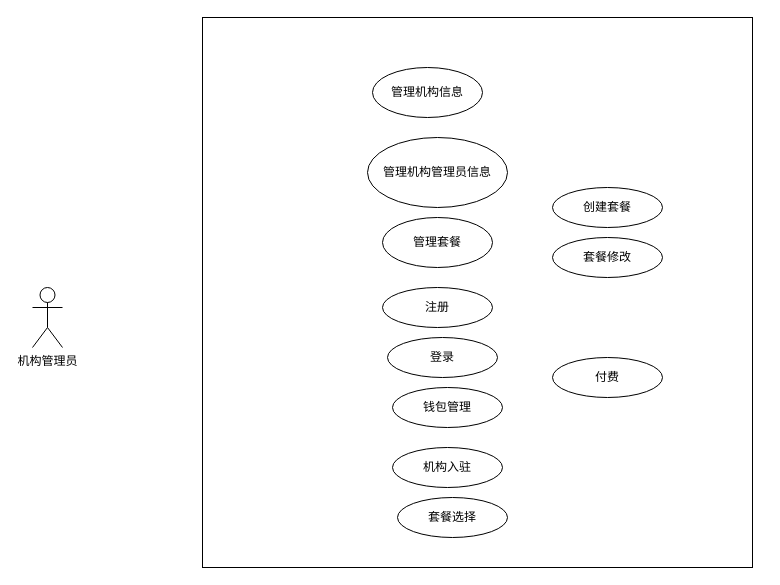
Earlier version of the draw.io diagram bs.drawio (Echidnaaa/draw). Source tidied: cells renumbered, new cells numbered last; positions are measured from the earlier drawing's top-left corner, leaving out a move shared by most shapes. Both pictures are drawn from the tidied source at 100%, with x=0, y=0 at pixel (32, 17).
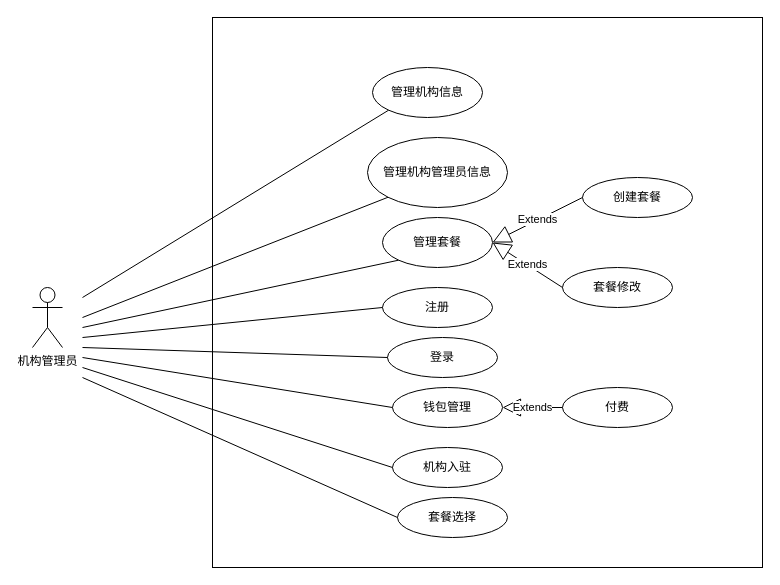
The same diagram, later.

The change refers to these unchanged cells:
```xml
<mxCell id="4" value="管理机构信息" style="ellipse;whiteSpace=wrap;html=1;" parent="1" vertex="1">
  <mxGeometry x="340" y="50" width="110" height="50" as="geometry" />
</mxCell>
<mxCell id="5" value="管理机构管理员信息" style="ellipse;whiteSpace=wrap;html=1;" parent="1" vertex="1">
  <mxGeometry x="335" y="120" width="140" height="70" as="geometry" />
</mxCell>
<mxCell id="6" value="管理套餐" style="ellipse;whiteSpace=wrap;html=1;" parent="1" vertex="1">
  <mxGeometry x="350" y="200" width="110" height="50" as="geometry" />
</mxCell>
<mxCell id="9" value="注册" style="ellipse;whiteSpace=wrap;html=1;" parent="1" vertex="1">
  <mxGeometry x="350" y="270" width="110" height="40" as="geometry" />
</mxCell>
<mxCell id="10" value="登录" style="ellipse;whiteSpace=wrap;html=1;" parent="1" vertex="1">
  <mxGeometry x="355" y="320" width="110" height="40" as="geometry" />
</mxCell>
<mxCell id="11" value="钱包管理" style="ellipse;whiteSpace=wrap;html=1;" parent="1" vertex="1">
  <mxGeometry x="360" y="370" width="110" height="40" as="geometry" />
</mxCell>
<mxCell id="13" value="机构入驻" style="ellipse;whiteSpace=wrap;html=1;" parent="1" vertex="1">
  <mxGeometry x="360" y="430" width="110" height="40" as="geometry" />
</mxCell>
<mxCell id="14" value="套餐选择" style="ellipse;whiteSpace=wrap;html=1;" parent="1" vertex="1">
  <mxGeometry x="365" y="480" width="110" height="40" as="geometry" />
</mxCell>
```

Diff of the diagram source:
```diff
@@
     <mxCell id="2" style="whiteSpace=wrap;html=1;" parent="1" vertex="1">
-      <mxGeometry x="170" width="550" height="550" as="geometry" />
+      <mxGeometry x="180" width="550" height="550" as="geometry" />
     </mxCell>
@@
     <mxCell id="7" value="创建套餐" style="ellipse;whiteSpace=wrap;html=1;" parent="1" vertex="1">
-      <mxGeometry x="520" y="170" width="110" height="40" as="geometry" />
+      <mxGeometry x="550" y="160" width="110" height="40" as="geometry" />
     </mxCell>
     <mxCell id="8" value="套餐修改" style="ellipse;whiteSpace=wrap;html=1;" parent="1" vertex="1">
-      <mxGeometry x="520" y="220" width="110" height="40" as="geometry" />
+      <mxGeometry x="530" y="250" width="110" height="40" as="geometry" />
     </mxCell>
@@
     <mxCell id="12" value="付费" style="ellipse;whiteSpace=wrap;html=1;" parent="1" vertex="1">
-      <mxGeometry x="520" y="340" width="110" height="40" as="geometry" />
+      <mxGeometry x="530" y="370" width="110" height="40" as="geometry" />
     </mxCell>
@@
+    <mxCell id="15" style="endArrow=none;html=1;entryX=0;entryY=1;entryDx=0;entryDy=0;" parent="1" edge="1" target="4">
+      <mxGeometry relative="1" as="geometry">
+        <mxPoint x="50" y="280" as="sourcePoint" />
+      </mxGeometry>
+    </mxCell>
+    <mxCell id="16" style="endArrow=none;html=1;entryX=0;entryY=1;entryDx=0;entryDy=0;" parent="1" edge="1" target="5">
+      <mxGeometry relative="1" as="geometry">
+        <mxPoint x="50" y="300" as="sourcePoint" />
+      </mxGeometry>
+    </mxCell>
+    <mxCell id="17" style="endArrow=none;html=1;entryX=0;entryY=1;entryDx=0;entryDy=0;" parent="1" edge="1" target="6">
+      <mxGeometry relative="1" as="geometry">
+        <mxPoint x="50" y="310" as="sourcePoint" />
+      </mxGeometry>
+    </mxCell>
+    <mxCell id="18" style="endArrow=none;html=1;entryX=0;entryY=0.5;entryDx=0;entryDy=0;" parent="1" edge="1" target="9">
+      <mxGeometry relative="1" as="geometry">
+        <mxPoint x="50" y="320" as="sourcePoint" />
+      </mxGeometry>
+    </mxCell>
+    <mxCell id="19" style="endArrow=none;html=1;entryX=0;entryY=0.5;entryDx=0;entryDy=0;" parent="1" edge="1" target="10">
+      <mxGeometry relative="1" as="geometry">
+        <mxPoint x="50" y="330" as="sourcePoint" />
+      </mxGeometry>
+    </mxCell>
+    <mxCell id="20" style="endArrow=none;html=1;exitX=0;exitY=0.5;exitDx=0;exitDy=0;" parent="1" edge="1" source="11">
+      <mxGeometry relative="1" as="geometry">
+        <mxPoint x="50" y="340" as="targetPoint" />
+      </mxGeometry>
+    </mxCell>
+    <mxCell id="21" style="endArrow=none;html=1;entryX=0;entryY=0.5;entryDx=0;entryDy=0;" parent="1" edge="1" target="13">
+      <mxGeometry relative="1" as="geometry">
+        <mxPoint x="50" y="350" as="sourcePoint" />
+      </mxGeometry>
+    </mxCell>
+    <mxCell id="22" style="endArrow=none;html=1;entryX=0;entryY=0.5;entryDx=0;entryDy=0;" parent="1" edge="1" target="14">
+      <mxGeometry relative="1" as="geometry">
+        <mxPoint x="50" y="360" as="sourcePoint" />
+      </mxGeometry>
+    </mxCell>
+    <mxCell id="23" value="Extends" style="endArrow=block;endSize=16;endFill=0;html=1;exitX=0;exitY=0.5;exitDx=0;exitDy=0;entryX=1;entryY=0.5;entryDx=0;entryDy=0;" parent="1" edge="1" source="7" target="6">
+      <mxGeometry relative="1" as="geometry" />
+    </mxCell>
+    <mxCell id="24" value="Extends" style="endArrow=block;endSize=16;endFill=0;html=1;exitX=0;exitY=0.5;exitDx=0;exitDy=0;entryX=1;entryY=0.5;entryDx=0;entryDy=0;" parent="1" edge="1" source="8" target="6">
+      <mxGeometry relative="1" as="geometry" />
+    </mxCell>
+    <mxCell id="25" value="Extends" style="endArrow=block;endSize=16;endFill=0;html=1;exitX=0;exitY=0.5;exitDx=0;exitDy=0;entryX=1;entryY=0.5;entryDx=0;entryDy=0;" parent="1" edge="1" source="12" target="11">
+      <mxGeometry relative="1" as="geometry" />
+    </mxCell>
```
